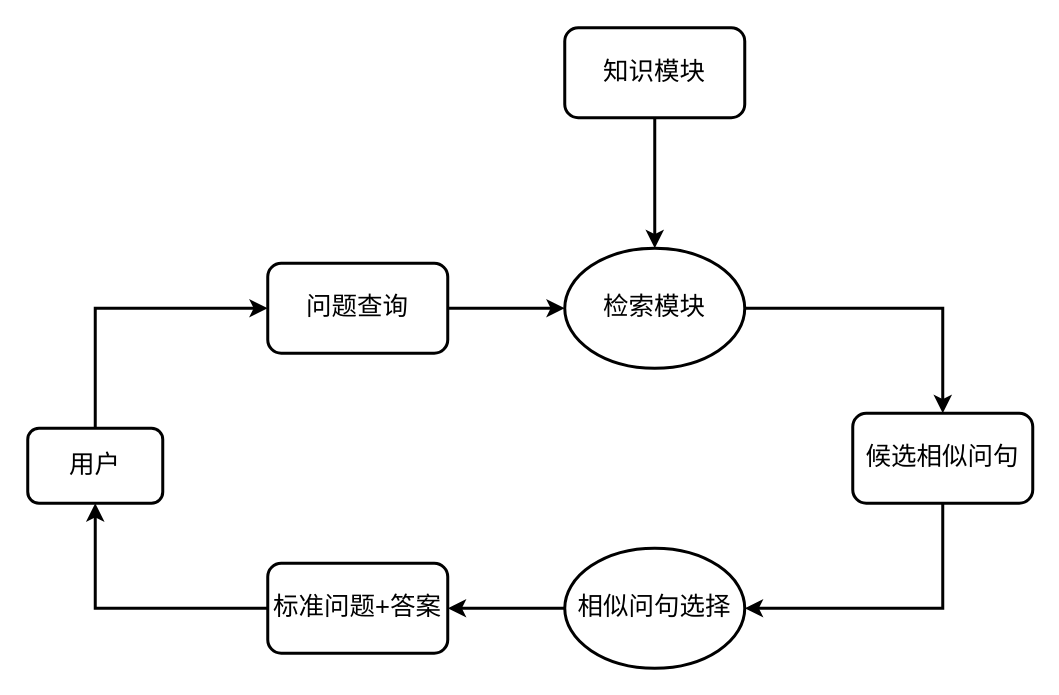
This is FAQ.drawio from Abefocuson/InterviewProject, a draw.io file, before an edit. Source tidied: cells renumbered, new cells numbered last; positions are measured from the earlier drawing's top-left corner, leaving out a move shared by most shapes. Both pictures are drawn from the tidied source at 150%, with x=0, y=0 at pixel (27, 27).
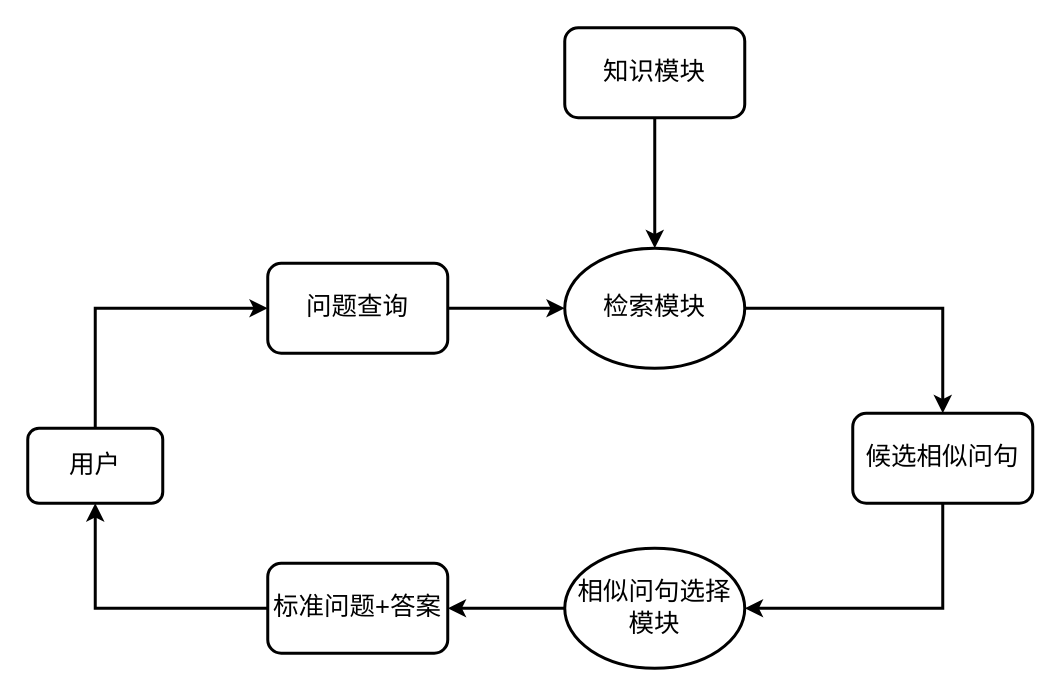
The same page after the edit.

Change to the diagram source:
```diff
@@
 <mxGraphModel>
   <root>
     <mxCell id="0" />
     <mxCell id="1" parent="0" />
     <mxCell id="2" style="edgeStyle=orthogonalEdgeStyle;rounded=0;jettySize=auto;html=1;exitX=0.5;exitY=0;exitDx=0;exitDy=0;entryX=0;entryY=0.5;entryDx=0;entryDy=0;strokeWidth=2;fontSize=17;" parent="1" edge="1" source="3" target="5">
       <mxGeometry relative="1" as="geometry" />
     </mxCell>
     <mxCell id="3" value="用户" style="rounded=1;whiteSpace=wrap;html=1;fontSize=17;glass=0;strokeWidth=2;shadow=0;" parent="1" vertex="1">
       <mxGeometry y="267" width="90" height="50" as="geometry" />
     </mxCell>
     <mxCell id="4" style="edgeStyle=orthogonalEdgeStyle;rounded=0;jettySize=auto;html=1;exitX=1;exitY=0.5;exitDx=0;exitDy=0;entryX=0;entryY=0.5;entryDx=0;entryDy=0;strokeWidth=2;fontSize=17;" parent="1" edge="1" source="5" target="9">
       <mxGeometry relative="1" as="geometry" />
     </mxCell>
     <mxCell id="5" value="问题查询" style="rounded=1;whiteSpace=wrap;html=1;strokeWidth=2;fontSize=17;" parent="1" vertex="1">
       <mxGeometry x="160" y="157" width="120" height="60" as="geometry" />
     </mxCell>
     <mxCell id="6" style="edgeStyle=orthogonalEdgeStyle;rounded=0;jettySize=auto;html=1;entryX=0.5;entryY=1;entryDx=0;entryDy=0;strokeWidth=2;fontSize=17;" parent="1" edge="1" source="7" target="3">
       <mxGeometry relative="1" as="geometry" />
     </mxCell>
     <mxCell id="7" value="标准问题+答案" style="rounded=1;whiteSpace=wrap;html=1;strokeWidth=2;fontSize=17;" parent="1" vertex="1">
       <mxGeometry x="160" y="357" width="120" height="60" as="geometry" />
     </mxCell>
     <mxCell id="8" style="edgeStyle=orthogonalEdgeStyle;rounded=0;jettySize=auto;html=1;exitX=1;exitY=0.5;exitDx=0;exitDy=0;entryX=0.5;entryY=0;entryDx=0;entryDy=0;strokeWidth=2;fontSize=17;" parent="1" edge="1" source="9" target="13">
       <mxGeometry relative="1" as="geometry" />
     </mxCell>
     <mxCell id="9" value="检索模块" style="ellipse;whiteSpace=wrap;html=1;strokeWidth=2;fontSize=17;" parent="1" vertex="1">
       <mxGeometry x="358" y="147" width="120" height="80" as="geometry" />
     </mxCell>
     <mxCell id="10" style="edgeStyle=orthogonalEdgeStyle;rounded=0;jettySize=auto;html=1;exitX=0;exitY=0.5;exitDx=0;exitDy=0;entryX=1;entryY=0.5;entryDx=0;entryDy=0;strokeWidth=2;fontSize=17;" parent="1" edge="1" source="11" target="7">
       <mxGeometry relative="1" as="geometry" />
     </mxCell>
-    <mxCell id="11" value="相似问句选择" style="ellipse;whiteSpace=wrap;html=1;strokeWidth=2;fontSize=17;" parent="1" vertex="1">
+    <mxCell id="11" value="相似问句选择模块" style="ellipse;whiteSpace=wrap;html=1;strokeWidth=2;fontSize=17;" parent="1" vertex="1">
       <mxGeometry x="358" y="347" width="120" height="80" as="geometry" />
     </mxCell>
     <mxCell id="12" style="edgeStyle=orthogonalEdgeStyle;rounded=0;jettySize=auto;html=1;exitX=0.5;exitY=1;exitDx=0;exitDy=0;entryX=1;entryY=0.5;entryDx=0;entryDy=0;strokeWidth=2;fontSize=17;" parent="1" edge="1" source="13" target="11">
       <mxGeometry relative="1" as="geometry" />
     </mxCell>
     <mxCell id="13" value="候选相似问句" style="rounded=1;whiteSpace=wrap;html=1;strokeWidth=2;fontSize=17;" parent="1" vertex="1">
       <mxGeometry x="550" y="257" width="120" height="60" as="geometry" />
     </mxCell>
     <mxCell id="14" style="edgeStyle=orthogonalEdgeStyle;rounded=0;jettySize=auto;html=1;exitX=0.5;exitY=1;exitDx=0;exitDy=0;strokeWidth=2;fontSize=17;" parent="1" edge="1" source="15" target="9">
       <mxGeometry relative="1" as="geometry" />
     </mxCell>
     <mxCell id="15" value="知识模块" style="rounded=1;whiteSpace=wrap;html=1;strokeWidth=2;fontSize=17;" parent="1" vertex="1">
       <mxGeometry x="358" width="120" height="60" as="geometry" />
     </mxCell>
   </root>
 </mxGraphModel>
```
